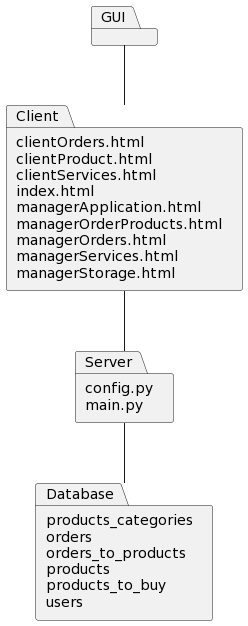
Kathy-Laip/flexible_software keeps this PlantUML diagram as diagrams/диаграмма пакетов.png. Above is the earlier version.
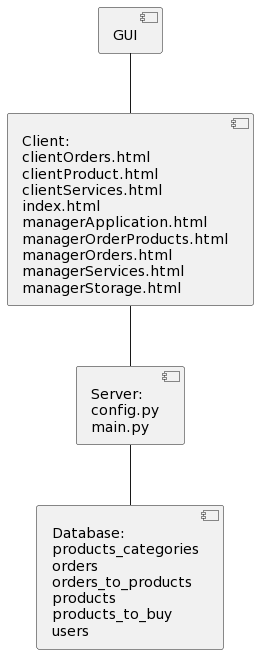
After the commit.

Commit message:
updated package diagram

The edit, as a diff of the source:
```diff
@@ -1,6 +1,7 @@
 @startuml
-package GUI
-package Client [
+[GUI]
+component Client[
+Client:
 clientOrders.html
 clientProduct.html
 clientServices.html
@@ -11,11 +12,13 @@
 managerServices.html
 managerStorage.html
 ]
-package Server [
+component Server [
+Server:
 config.py
 main.py
 ]
-package Database [
+component Database [
+Database:
 products_categories
 orders
 orders_to_products
@@ -24,7 +27,7 @@
 users
 ]
 
-GUI -- Client
-Client -- Server
-Server -- Database
+[GUI] -- [Client]
+[Client] -- [Server]
+[Server] -- [Database]
 @enduml
```
